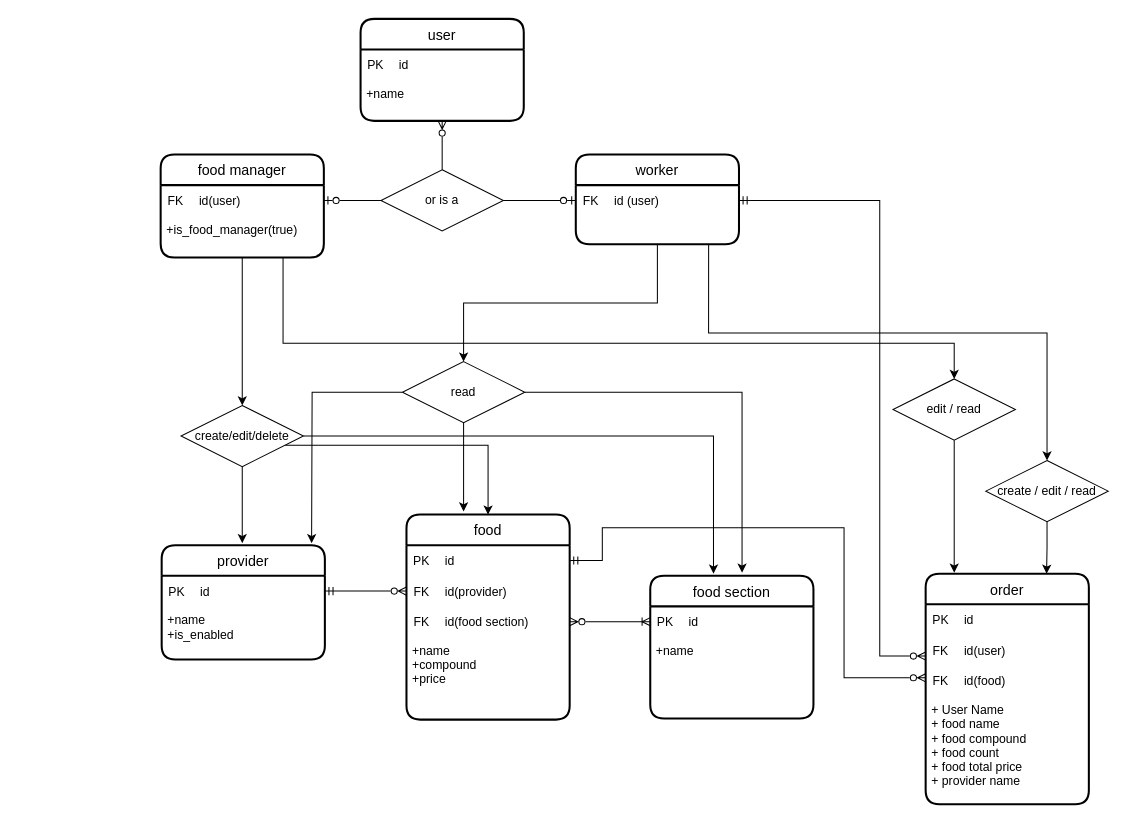
Before: page "ER-диаграмма" (1 of 2) of docs/DB_shema.drawio in alexeyp0708/test-technovisor-delivery_food, a draw.io diagram. Source tidied: cells renumbered, new cells numbered last; positions are measured from the earlier drawing's top-left corner, leaving out a move shared by most shapes. Both pictures are drawn from the tidied source at 102%, with x=0, y=0 at pixel (160, 18).
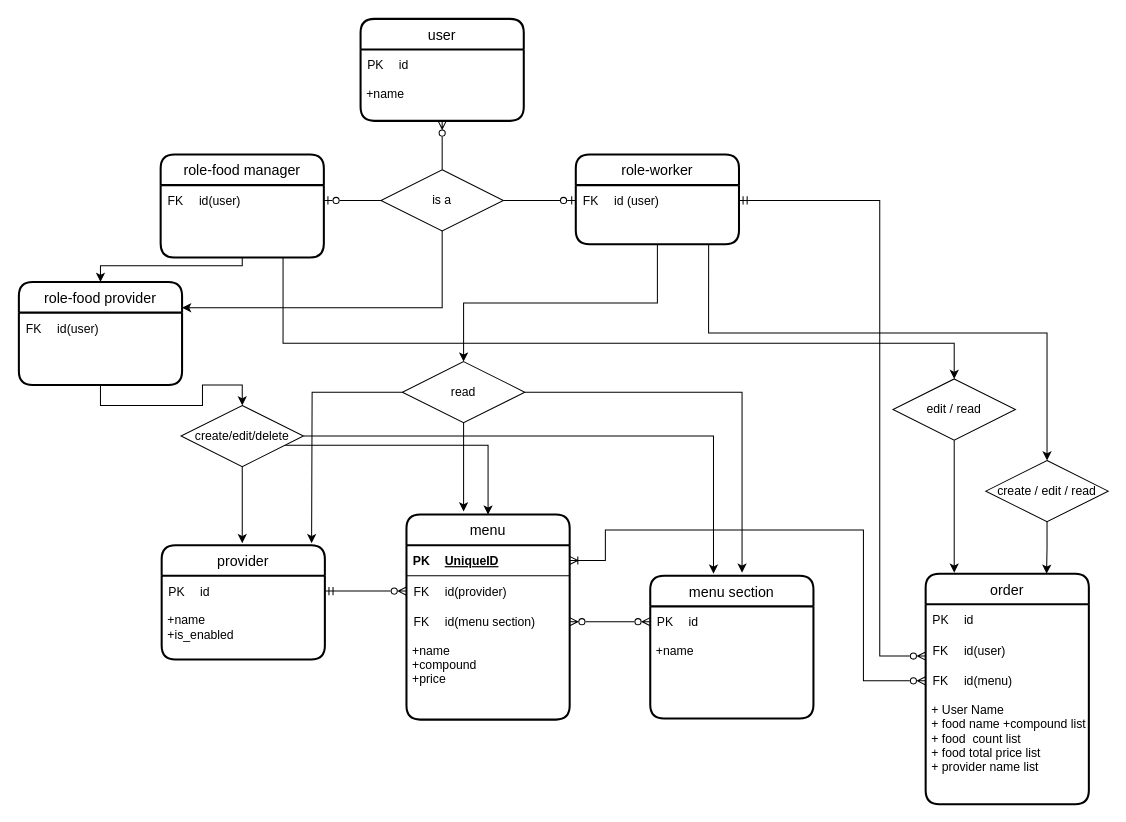
The same diagram, later.

Unchanged cells that the change refers to:
```xml
<mxCell id="23" style="shape=tableRow;horizontal=0;startSize=0;swimlaneHead=0;swimlaneBody=0;fillColor=none;points=[[0,0.5],[1,0.5]];portConstraint=eastwest;top=0;left=0;right=0;bottom=0;" parent="22" vertex="1">
  <mxGeometry width="160" height="30" as="geometry" />
</mxCell>
<mxCell id="29" style="shape=tableRow;horizontal=0;startSize=0;swimlaneHead=0;swimlaneBody=0;fillColor=none;points=[[0,0.5],[1,0.5]];portConstraint=eastwest;top=0;left=0;right=0;bottom=0;" parent="28" vertex="1">
  <mxGeometry width="160" height="30" as="geometry" />
</mxCell>
<mxCell id="53" value="create/edit/delete" style="shape=rhombus;perimeter=rhombusPerimeter;whiteSpace=wrap;html=1;align=center;" parent="1" vertex="1">
  <mxGeometry x="20" y="379" width="120" height="60" as="geometry" />
</mxCell>
<mxCell id="60" value="order" style="swimlane;horizontal=1;startSize=30;rounded=1;fontSize=14;fontStyle=0;strokeWidth=2;shadow=0;dashed=0;align=center;" parent="1" vertex="1">
  <mxGeometry x="750" y="544" width="160" height="226" as="geometry" />
</mxCell>
<mxCell id="70" style="shape=tableRow;horizontal=0;startSize=0;swimlaneHead=0;swimlaneBody=0;fillColor=none;points=[[0,0.5],[1,0.5]];portConstraint=eastwest;top=0;left=0;right=0;bottom=0;" parent="69" vertex="1">
  <mxGeometry width="160" height="30" as="geometry" />
</mxCell>
<mxCell id="81" value="edit / read" style="shape=rhombus;perimeter=rhombusPerimeter;whiteSpace=wrap;html=1;align=center;" parent="1" vertex="1">
  <mxGeometry x="718" y="353" width="120" height="60" as="geometry" />
</mxCell>
```

Diff of the diagram source:
```diff
@@
-    <mxCell id="2" value="food manager" style="swimlane;horizontal=1;startSize=30;rounded=1;fontSize=14;fontStyle=0;strokeWidth=2;shadow=0;dashed=0;align=center;" parent="1" vertex="1">
+    <mxCell id="2" value="role-food manager" style="swimlane;horizontal=1;startSize=30;rounded=1;fontSize=14;fontStyle=0;strokeWidth=2;shadow=0;dashed=0;align=center;" parent="1" vertex="1">
       <mxGeometry y="133" width="160" height="101" as="geometry" />
     </mxCell>
     <mxCell id="3" style="shape=table;startSize=0;childLayout=tableLayout;rowLines=0;fontStyle=0;align=center;strokeColor=none;fillColor=none;" parent="2" vertex="1">
-      <mxGeometry y="30" width="160" height="30" as="geometry" />
+      <mxGeometry y="30" width="160" height="71" as="geometry" />
     </mxCell>
@@
-    <mxCell id="7" value="+is_food_manager(true)" style="align=left;strokeColor=none;fillColor=none;spacingLeft=4;fontSize=12;verticalAlign=top;" parent="2" vertex="1">
-      <mxGeometry y="60" width="160" height="41" as="geometry" />
-    </mxCell>
+    <mxCell id="82" style="edgeStyle=orthogonalEdgeStyle;rounded=0;orthogonalLoop=1;jettySize=auto;html=1;exitX=0.5;exitY=1;exitDx=0;exitDy=0;startArrow=ERoneToMany;startFill=0;endArrow=ERoneToMany;endFill=0;" parent="2" edge="1" source="3" target="3">
+      <mxGeometry relative="1" as="geometry" />
+    </mxCell>
@@
-    <mxCell id="14" value="food" style="swimlane;horizontal=1;startSize=30;rounded=1;fontSize=14;fontStyle=0;strokeWidth=2;shadow=0;dashed=0;align=center;" parent="1" vertex="1">
+    <mxCell id="14" value="menu" style="swimlane;horizontal=1;startSize=30;rounded=1;fontSize=14;fontStyle=0;strokeWidth=2;shadow=0;dashed=0;align=center;" parent="1" vertex="1">
       <mxGeometry x="241" y="486" width="160" height="201" as="geometry" />
     </mxCell>
-    <mxCell id="15" style="shape=tableRow;horizontal=0;startSize=0;swimlaneHead=0;swimlaneBody=0;fillColor=none;points=[[0,0.5],[1,0.5]];portConstraint=eastwest;top=0;left=0;right=0;bottom=0;" parent="14" vertex="1">
-      <mxGeometry y="30" width="160" height="30" as="geometry" />
-    </mxCell>
+    <mxCell id="83" style="shape=table;startSize=0;childLayout=tableLayout;rowLines=0;fontStyle=0;align=center;strokeColor=none;fillColor=none;" parent="14" vertex="1">
+      <mxGeometry y="30" width="160" height="30" as="geometry" />
+    </mxCell>
+    <mxCell id="84" style="shape=tableRow;horizontal=0;startSize=0;swimlaneHead=0;swimlaneBody=0;fillColor=none;points=[[0,0.5],[1,0.5]];portConstraint=eastwest;top=0;left=0;right=0;bottom=1;" parent="83" vertex="1">
+      <mxGeometry width="160" height="30" as="geometry" />
+    </mxCell>
-    <mxCell id="16" value="PK" style="shape=partialRectangle;fillColor=none;top=0;left=0;bottom=0;right=0;fontStyle=0;overflow=hidden;" parent="15" vertex="1">
+    <mxCell id="16" value="PK" style="shape=partialRectangle;fillColor=none;top=0;left=0;bottom=0;right=0;fontStyle=1;overflow=hidden;" parent="84" vertex="1">
       <mxGeometry width="30" height="30" as="geometry" />
     </mxCell>
-    <mxCell id="17" value="id" style="shape=partialRectangle;fillColor=none;top=0;left=0;bottom=0;right=0;align=left;spacingLeft=6;fontStyle=0;overflow=hidden;" parent="15" vertex="1">
-      <mxGeometry x="30" width="130" height="30" as="geometry" />
-    </mxCell>
+    <mxCell id="85" value="UniqueID" style="shape=partialRectangle;fillColor=none;top=0;left=0;bottom=0;right=0;align=left;spacingLeft=6;fontStyle=5;overflow=hidden;" parent="84" vertex="1">
+      <mxGeometry x="30" width="130" height="30" as="geometry" />
+    </mxCell>
@@
-    <mxCell id="25" value="id(food section)" style="shape=partialRectangle;fillColor=none;top=0;left=0;bottom=0;right=0;align=left;spacingLeft=6;fontStyle=0;overflow=hidden;" parent="23" vertex="1">
+    <mxCell id="25" value="id(menu section)" style="shape=partialRectangle;fillColor=none;top=0;left=0;bottom=0;right=0;align=left;spacingLeft=6;fontStyle=0;overflow=hidden;" parent="23" vertex="1">
       <mxGeometry x="30" width="130" height="30" as="geometry" />
     </mxCell>
@@
-    <mxCell id="27" value="food section" style="swimlane;horizontal=1;startSize=30;rounded=1;fontSize=14;fontStyle=0;strokeWidth=2;shadow=0;dashed=0;align=center;" parent="1" vertex="1">
+    <mxCell id="27" value="menu section" style="swimlane;horizontal=1;startSize=30;rounded=1;fontSize=14;fontStyle=0;strokeWidth=2;shadow=0;dashed=0;align=center;" parent="1" vertex="1">
       <mxGeometry x="480" y="546" width="160" height="140" as="geometry" />
     </mxCell>
@@
-    <mxCell id="39" value="worker" style="swimlane;horizontal=1;startSize=30;rounded=1;fontSize=14;fontStyle=0;strokeWidth=2;shadow=0;dashed=0;align=center;" parent="1" vertex="1">
+    <mxCell id="39" value="role-worker" style="swimlane;horizontal=1;startSize=30;rounded=1;fontSize=14;fontStyle=0;strokeWidth=2;shadow=0;dashed=0;align=center;" parent="1" vertex="1">
       <mxGeometry x="407" y="133" width="160" height="88" as="geometry" />
     </mxCell>
@@
+    <mxCell id="86" style="edgeStyle=orthogonalEdgeStyle;rounded=0;jettySize=auto;html=1;exitX=0.5;exitY=1;exitDx=0;exitDy=0;entryX=1;entryY=0.25;entryDx=0;entryDy=0;startArrow=none;startFill=0;endArrow=classic;endFill=1;" parent="1" edge="1" source="46" target="88">
+      <mxGeometry relative="1" as="geometry" />
+    </mxCell>
-    <mxCell id="46" value="or is a" style="shape=rhombus;perimeter=rhombusPerimeter;whiteSpace=wrap;html=1;align=center;" parent="1" vertex="1">
+    <mxCell id="46" value="is a" style="shape=rhombus;perimeter=rhombusPerimeter;whiteSpace=wrap;html=1;align=center;" parent="1" vertex="1">
       <mxGeometry x="216" y="148" width="120" height="60" as="geometry" />
     </mxCell>
@@
-    <mxCell id="49" style="edgeStyle=orthogonalEdgeStyle;rounded=0;jettySize=auto;html=1;startArrow=ERzeroToMany;startFill=0;endArrow=ERoneToMany;endFill=0;" parent="1" edge="1" source="23" target="29">
+    <mxCell id="49" style="edgeStyle=orthogonalEdgeStyle;rounded=0;jettySize=auto;html=1;startArrow=ERzeroToMany;startFill=0;endArrow=ERzeroToMany;endFill=0;" parent="1" edge="1" source="23" target="29">
       <mxGeometry relative="1" as="geometry" />
     </mxCell>
@@
-    <mxCell id="54" style="edgeStyle=orthogonalEdgeStyle;rounded=0;jettySize=auto;html=1;exitX=0.5;exitY=1;exitDx=0;exitDy=0;entryX=0.5;entryY=0;entryDx=0;entryDy=0;startArrow=none;startFill=0;endArrow=classic;endFill=1;" parent="1" edge="1" source="7" target="53">
-      <mxGeometry relative="1" as="geometry" />
+    <mxCell id="54" style="edgeStyle=orthogonalEdgeStyle;rounded=0;jettySize=auto;html=1;exitX=0.5;exitY=1;exitDx=0;exitDy=0;startArrow=none;startFill=0;endArrow=classic;endFill=1;" parent="1" edge="1" target="88">
+      <mxGeometry relative="1" as="geometry">
+        <mxPoint x="80" y="234" as="sourcePoint" />
+        <Array as="points">
+          <mxPoint x="80" y="242" />
+          <mxPoint x="-59" y="242" />
+        </Array>
+      </mxGeometry>
     </mxCell>
@@
-    <mxCell id="72" value="id(food)" style="shape=partialRectangle;fillColor=none;top=0;left=0;bottom=0;right=0;align=left;spacingLeft=6;fontStyle=0;overflow=hidden;" parent="70" vertex="1">
+    <mxCell id="72" value="id(menu)" style="shape=partialRectangle;fillColor=none;top=0;left=0;bottom=0;right=0;align=left;spacingLeft=6;fontStyle=0;overflow=hidden;" parent="70" vertex="1">
       <mxGeometry x="30" width="130" height="30" as="geometry" />
     </mxCell>
-    <mxCell id="73" value="+ User Name&#10;+ food name&#10;+ food compound&#10;+ food count&#10;+ food total price&#10;+ provider name" style="align=left;strokeColor=none;fillColor=none;spacingLeft=4;fontSize=12;verticalAlign=top;" parent="60" vertex="1">
+    <mxCell id="73" value="+ User Name&#10;+ food name +compound list &#10;+ food  count list&#10;+ food total price list &#10;+ provider name list " style="align=left;strokeColor=none;fillColor=none;spacingLeft=4;fontSize=12;verticalAlign=top;" parent="60" vertex="1">
       <mxGeometry y="120" width="160" height="106" as="geometry" />
     </mxCell>
@@
-    <mxCell id="77" style="edgeStyle=orthogonalEdgeStyle;rounded=0;jettySize=auto;html=1;exitX=0.75;exitY=1;exitDx=0;exitDy=0;startArrow=none;startFill=0;endArrow=classic;endFill=1;entryX=0.5;entryY=0;entryDx=0;entryDy=0;" parent="1" edge="1" source="7" target="81">
+    <mxCell id="77" style="edgeStyle=orthogonalEdgeStyle;rounded=0;jettySize=auto;html=1;exitX=0.75;exitY=1;exitDx=0;exitDy=0;startArrow=none;startFill=0;endArrow=classic;endFill=1;entryX=0.5;entryY=0;entryDx=0;entryDy=0;" parent="1" edge="1" target="81">
       <mxGeometry relative="1" as="geometry">
+        <mxPoint x="120" y="234" as="sourcePoint" />
         <Array as="points">
           <mxPoint x="120" y="318" />
           <mxPoint x="778" y="318" />
         </Array>
       </mxGeometry>
     </mxCell>
@@
-    <mxCell id="79" style="edgeStyle=orthogonalEdgeStyle;rounded=0;jettySize=auto;html=1;entryX=1;entryY=0.5;entryDx=0;entryDy=0;startArrow=ERzeroToMany;startFill=0;endArrow=ERmandOne;endFill=0;" parent="1" edge="1" source="70" target="15">
-      <mxGeometry relative="1" as="geometry">
-        <Array as="points">
-          <mxPoint x="670" y="646" />
-          <mxPoint x="670" y="499" />
-          <mxPoint x="433" y="499" />
-          <mxPoint x="433" y="531" />
-        </Array>
-      </mxGeometry>
-    </mxCell>
@@
+    <mxCell id="87" style="edgeStyle=orthogonalEdgeStyle;rounded=0;jettySize=auto;html=1;entryX=0;entryY=0.5;entryDx=0;entryDy=0;startArrow=ERoneToMany;startFill=0;endArrow=ERzeroToMany;endFill=0;exitX=1;exitY=0.5;exitDx=0;exitDy=0;" parent="1" edge="1" source="84" target="70">
+      <mxGeometry relative="1" as="geometry">
+        <Array as="points">
+          <mxPoint x="436" y="531" />
+          <mxPoint x="436" y="501" />
+          <mxPoint x="689" y="501" />
+          <mxPoint x="689" y="649" />
+        </Array>
+      </mxGeometry>
+    </mxCell>
+    <mxCell id="88" value="role-food provider" style="swimlane;horizontal=1;startSize=30;rounded=1;fontSize=14;fontStyle=0;strokeWidth=2;shadow=0;dashed=0;align=center;" parent="1" vertex="1">
+      <mxGeometry x="-139" y="258" width="160" height="101" as="geometry" />
+    </mxCell>
+    <mxCell id="89" style="shape=table;startSize=0;childLayout=tableLayout;rowLines=0;fontStyle=0;align=center;strokeColor=none;fillColor=none;" parent="88" vertex="1">
+      <mxGeometry y="30" width="160" height="71" as="geometry" />
+    </mxCell>
+    <mxCell id="90" style="shape=tableRow;horizontal=0;startSize=0;swimlaneHead=0;swimlaneBody=0;fillColor=none;top=0;left=0;right=0;bottom=0;" parent="89" vertex="1">
+      <mxGeometry width="160" height="30" as="geometry" />
+    </mxCell>
+    <mxCell id="91" value="FK" style="shape=partialRectangle;fillColor=none;top=0;left=0;bottom=0;right=0;fontStyle=0;overflow=hidden;" parent="90" vertex="1">
+      <mxGeometry width="30" height="30" as="geometry" />
+    </mxCell>
+    <mxCell id="92" value="id(user)" style="shape=partialRectangle;fillColor=none;top=0;left=0;bottom=0;right=0;align=left;spacingLeft=6;fontStyle=0;overflow=hidden;" parent="90" vertex="1">
+      <mxGeometry x="30" width="130" height="30" as="geometry" />
+    </mxCell>
+    <mxCell id="93" style="edgeStyle=orthogonalEdgeStyle;rounded=0;orthogonalLoop=1;jettySize=auto;html=1;exitX=0.5;exitY=1;exitDx=0;exitDy=0;startArrow=ERoneToMany;startFill=0;endArrow=ERoneToMany;endFill=0;" parent="88" edge="1" source="89" target="89">
+      <mxGeometry relative="1" as="geometry" />
+    </mxCell>
+    <mxCell id="94" style="edgeStyle=orthogonalEdgeStyle;rounded=0;jettySize=auto;html=1;entryX=0.5;entryY=0;entryDx=0;entryDy=0;startArrow=none;startFill=0;endArrow=classic;endFill=1;exitX=0.5;exitY=1;exitDx=0;exitDy=0;" parent="1" edge="1" source="89" target="53">
+      <mxGeometry relative="1" as="geometry" />
+    </mxCell>
```
